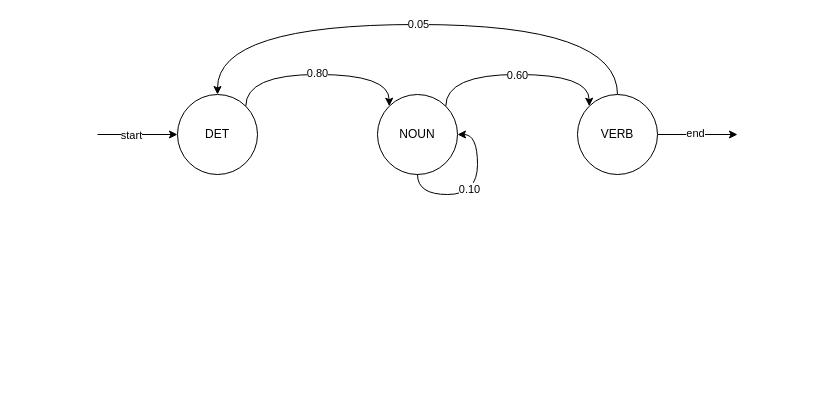
Before: lesson_notes/lesson2_taask4.drawio in yaesetti/mc896, a draw.io diagram. Source tidied: cells renumbered, new cells numbered last; positions are measured from the earlier drawing's top-left corner, leaving out a move shared by most shapes. Both pictures are drawn from the tidied source at 100%, with x=0, y=0 at pixel (97, 24).
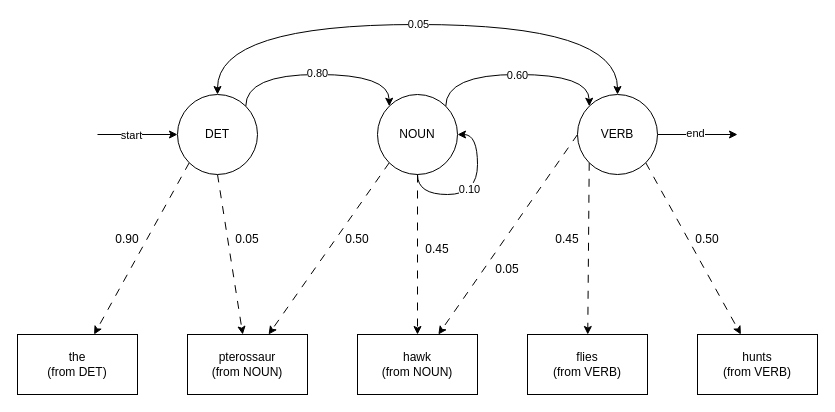
The same page after the edit.

Unchanged cells that the change refers to:
```xml
<mxCell id="6" value="DET" style="ellipse;whiteSpace=wrap;html=1;shapeInside=1;align=center;" parent="1" vertex="1">
  <mxGeometry x="80" y="70" width="80" height="80" as="geometry" />
</mxCell>
<mxCell id="9" value="NOUN" style="ellipse;whiteSpace=wrap;html=1;shapeInside=1;" parent="1" vertex="1">
  <mxGeometry x="280" y="70" width="80" height="80" as="geometry" />
</mxCell>
<mxCell id="14" value="VERB" style="ellipse;whiteSpace=wrap;html=1;shapeInside=1;" parent="1" vertex="1">
  <mxGeometry x="480" y="70" width="80" height="80" as="geometry" />
</mxCell>
```

What changed in the source:
```diff
@@
+    <mxCell id="17" style="rounded=0;jettySize=auto;html=1;exitX=0;exitY=1;exitDx=0;exitDy=0;dashed=1;dashPattern=8 8;" parent="1" edge="1" source="6" target="24">
+      <mxGeometry relative="1" as="geometry" />
+    </mxCell>
+    <mxCell id="18" style="rounded=0;jettySize=auto;html=1;exitX=0.5;exitY=1;exitDx=0;exitDy=0;dashed=1;dashPattern=8 8;" parent="1" edge="1" source="6" target="25">
+      <mxGeometry relative="1" as="geometry" />
+    </mxCell>
@@
+    <mxCell id="19" style="rounded=0;jettySize=auto;html=1;exitX=0;exitY=1;exitDx=0;exitDy=0;dashed=1;dashPattern=8 8;" parent="1" edge="1" source="9" target="25">
+      <mxGeometry relative="1" as="geometry" />
+    </mxCell>
+    <mxCell id="20" style="rounded=0;jettySize=auto;html=1;exitX=0.5;exitY=1;exitDx=0;exitDy=0;dashed=1;dashPattern=8 8;" parent="1" edge="1" source="9" target="26">
+      <mxGeometry relative="1" as="geometry" />
+    </mxCell>
@@
-    <mxCell id="10" style="edgeStyle=orthogonalEdgeStyle;rounded=0;jettySize=auto;html=1;exitX=0.5;exitY=0;exitDx=0;exitDy=0;entryX=0.5;entryY=0;entryDx=0;entryDy=0;curved=1;" parent="1" edge="1" source="14" target="6">
+    <mxCell id="10" style="edgeStyle=orthogonalEdgeStyle;rounded=0;jettySize=auto;html=1;exitX=0.5;exitY=0;exitDx=0;exitDy=0;entryX=0.5;entryY=0;entryDx=0;entryDy=0;curved=1;startArrow=classic;startFill=1;" parent="1" edge="1" source="14" target="6">
       <mxGeometry relative="1" as="geometry">
         <Array as="points">
           <mxPoint x="520" />
           <mxPoint x="120" />
         </Array>
       </mxGeometry>
     </mxCell>
@@
+    <mxCell id="21" style="rounded=0;jettySize=auto;html=1;exitX=0;exitY=1;exitDx=0;exitDy=0;dashed=1;dashPattern=8 8;" parent="1" edge="1" source="14" target="27">
+      <mxGeometry relative="1" as="geometry" />
+    </mxCell>
+    <mxCell id="22" style="rounded=0;jettySize=auto;html=1;exitX=1;exitY=1;exitDx=0;exitDy=0;dashed=1;dashPattern=8 8;" parent="1" edge="1" source="14" target="28">
+      <mxGeometry relative="1" as="geometry" />
+    </mxCell>
+    <mxCell id="23" style="rounded=0;jettySize=auto;html=1;exitX=0;exitY=0.5;exitDx=0;exitDy=0;dashed=1;dashPattern=8 8;" parent="1" edge="1" source="14" target="26">
+      <mxGeometry relative="1" as="geometry" />
+    </mxCell>
@@
+    <mxCell id="24" value="the&lt;br&gt;(from DET)" style="rounded=0;whiteSpace=wrap;html=1;" parent="1" vertex="1">
+      <mxGeometry x="-80" y="310" width="120" height="60" as="geometry" />
+    </mxCell>
+    <mxCell id="25" value="pterossaur&lt;br&gt;(from NOUN)" style="rounded=0;whiteSpace=wrap;html=1;" parent="1" vertex="1">
+      <mxGeometry x="90" y="310" width="120" height="60" as="geometry" />
+    </mxCell>
+    <mxCell id="26" value="hawk&lt;br&gt;(from NOUN)" style="rounded=0;whiteSpace=wrap;html=1;" parent="1" vertex="1">
+      <mxGeometry x="260" y="310" width="120" height="60" as="geometry" />
+    </mxCell>
+    <mxCell id="27" value="flies&lt;br&gt;(from VERB)" style="rounded=0;whiteSpace=wrap;html=1;" parent="1" vertex="1">
+      <mxGeometry x="430" y="310" width="120" height="60" as="geometry" />
+    </mxCell>
+    <mxCell id="28" value="hunts&lt;br&gt;(from VERB)" style="rounded=0;whiteSpace=wrap;html=1;" parent="1" vertex="1">
+      <mxGeometry x="600" y="310" width="120" height="60" as="geometry" />
+    </mxCell>
+    <mxCell id="29" value="0.90" style="text;html=1;whiteSpace=wrap;strokeColor=none;fillColor=none;align=center;verticalAlign=middle;rounded=0;" parent="1" vertex="1">
+      <mxGeometry y="200" width="60" height="30" as="geometry" />
+    </mxCell>
+    <mxCell id="30" value="0.05" style="text;html=1;whiteSpace=wrap;strokeColor=none;fillColor=none;align=center;verticalAlign=middle;rounded=0;" parent="1" vertex="1">
+      <mxGeometry x="120" y="200" width="60" height="30" as="geometry" />
+    </mxCell>
+    <mxCell id="31" value="0.50" style="text;html=1;whiteSpace=wrap;strokeColor=none;fillColor=none;align=center;verticalAlign=middle;rounded=0;" parent="1" vertex="1">
+      <mxGeometry x="230" y="200" width="60" height="30" as="geometry" />
+    </mxCell>
+    <mxCell id="32" value="0.45" style="text;html=1;whiteSpace=wrap;strokeColor=none;fillColor=none;align=center;verticalAlign=middle;rounded=0;" parent="1" vertex="1">
+      <mxGeometry x="310" y="210" width="60" height="30" as="geometry" />
+    </mxCell>
+    <mxCell id="33" value="0.45" style="text;html=1;whiteSpace=wrap;strokeColor=none;fillColor=none;align=center;verticalAlign=middle;rounded=0;" parent="1" vertex="1">
+      <mxGeometry x="440" y="200" width="60" height="30" as="geometry" />
+    </mxCell>
+    <mxCell id="34" value="0.50" style="text;html=1;whiteSpace=wrap;strokeColor=none;fillColor=none;align=center;verticalAlign=middle;rounded=0;" parent="1" vertex="1">
+      <mxGeometry x="580" y="200" width="60" height="30" as="geometry" />
+    </mxCell>
+    <mxCell id="35" value="0.05" style="text;html=1;whiteSpace=wrap;strokeColor=none;fillColor=none;align=center;verticalAlign=middle;rounded=0;" parent="1" vertex="1">
+      <mxGeometry x="380" y="230" width="60" height="30" as="geometry" />
+    </mxCell>
```
